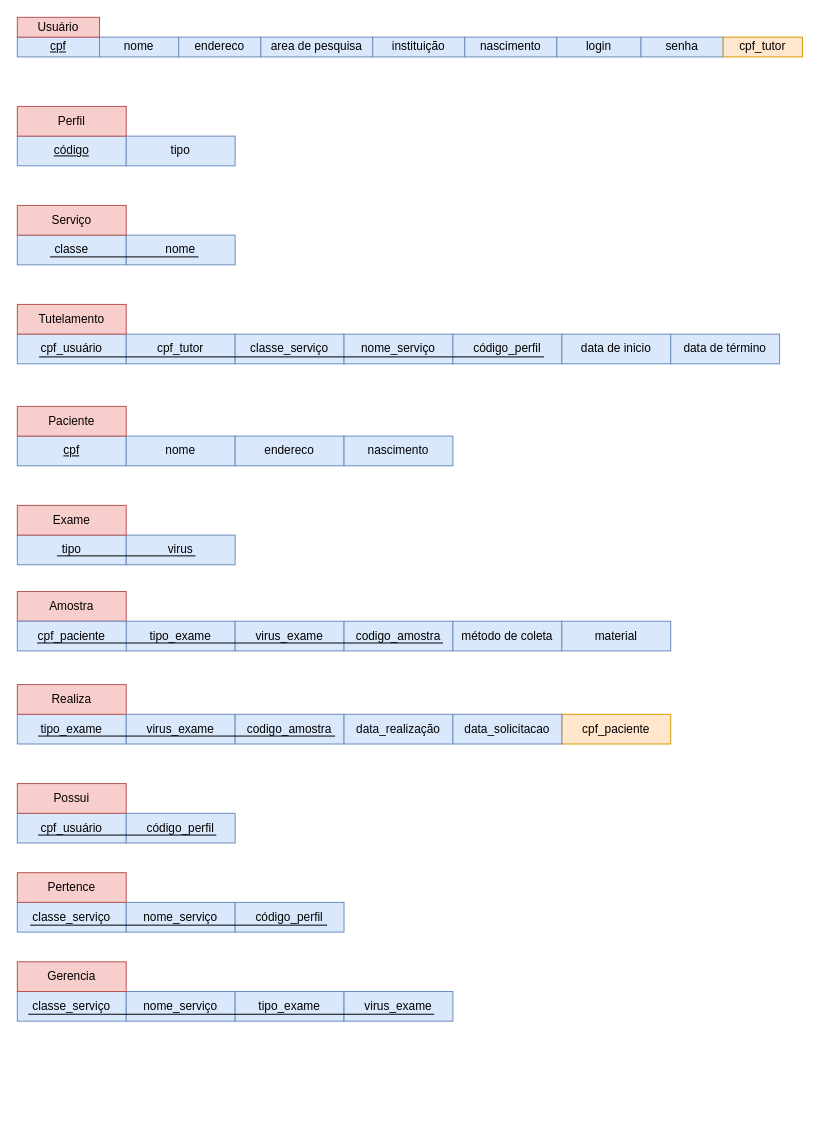
rodorgas/labjef keeps this draw.io diagram as page "Lógico" (2 of 2) of model/modelo.drawio. Above is the earlier version. Source tidied: cells renumbered, new cells numbered last; positions are measured from the earlier drawing's top-left corner, leaving out a move shared by most shapes. Both pictures are drawn from the tidied source at 99%, with x=0, y=0 at pixel (17, 17).
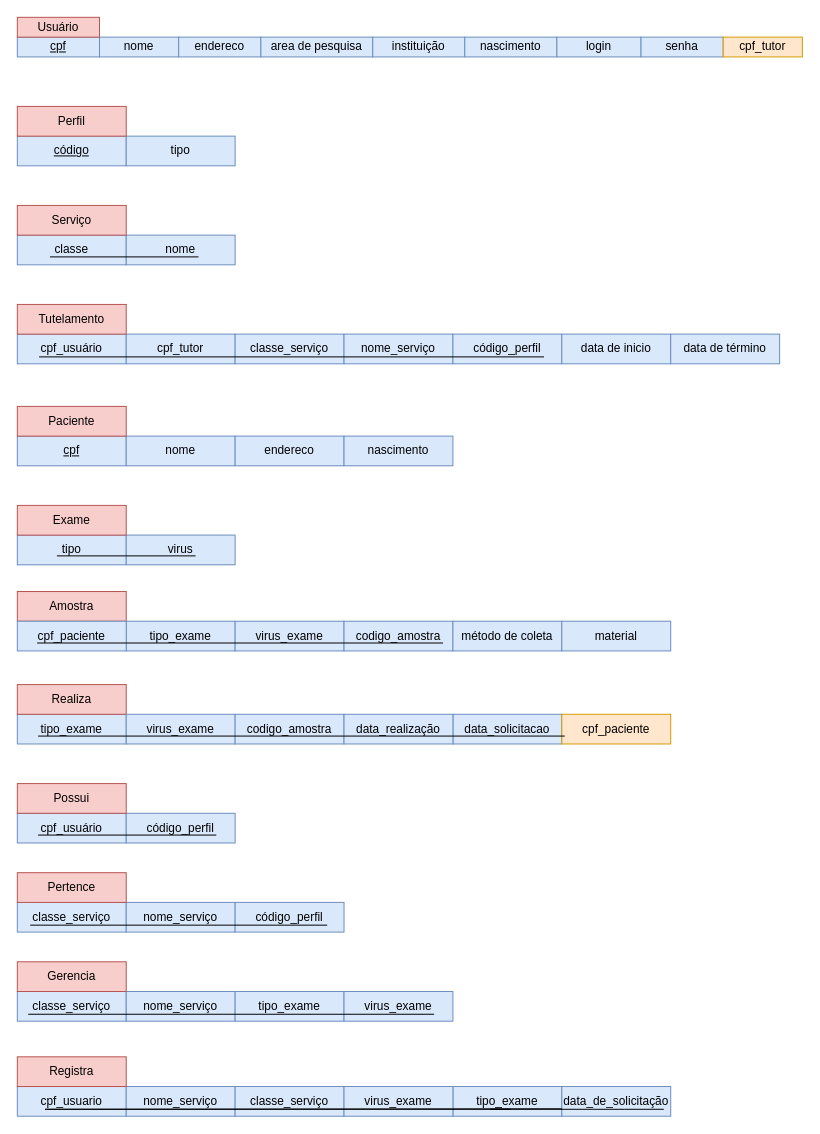
After the change.

Commit message (it also covers changes not shown here):
Atualiza modelo lógico com a tabela registra e corrige para colocar data de solicitação como parte do identificador da tabela realiza

Diff of the diagram source:
```diff
@@
+    <mxCell id="67" value="data_solicitacao" style="rounded=0;whiteSpace=wrap;html=1;fillColor=#dae8fc;strokeColor=#6c8ebf;" parent="1" vertex="1">
+      <mxGeometry x="440" y="704" width="110" height="30" as="geometry" />
+    </mxCell>
+    <mxCell id="68" value="tipo_exame" style="rounded=0;whiteSpace=wrap;html=1;fillColor=#dae8fc;strokeColor=#6c8ebf;" parent="1" vertex="1">
+      <mxGeometry x="440" y="1080" width="110" height="30" as="geometry" />
+    </mxCell>
@@
     <mxCell id="61" style="endArrow=none;html=1;" parent="1" edge="1">
       <mxGeometry relative="1" as="geometry">
-        <mxPoint x="321" y="726" as="sourcePoint" />
+        <mxPoint x="553" y="726" as="sourcePoint" />
         <mxPoint x="21" y="726" as="targetPoint" />
+        <Array as="points">
+          <mxPoint x="553" y="726" />
+        </Array>
       </mxGeometry>
     </mxCell>
@@
-    <mxCell id="67" value="data_solicitacao" style="rounded=0;whiteSpace=wrap;html=1;fillColor=#dae8fc;strokeColor=#6c8ebf;" parent="1" vertex="1">
-      <mxGeometry x="440" y="704" width="110" height="30" as="geometry" />
-    </mxCell>
+    <mxCell id="69" value="cpf_usuario" style="rounded=0;whiteSpace=wrap;html=1;fillColor=#dae8fc;strokeColor=#6c8ebf;" parent="1" vertex="1">
+      <mxGeometry y="1080" width="110" height="30" as="geometry" />
+    </mxCell>
+    <mxCell id="70" value="nome_serviço" style="rounded=0;whiteSpace=wrap;html=1;fillColor=#dae8fc;strokeColor=#6c8ebf;" parent="1" vertex="1">
+      <mxGeometry x="110" y="1080" width="110" height="30" as="geometry" />
+    </mxCell>
+    <mxCell id="71" value="Registra" style="rounded=0;whiteSpace=wrap;html=1;fillColor=#f8cecc;strokeColor=#b85450;" parent="1" vertex="1">
+      <mxGeometry y="1050" width="110" height="30" as="geometry" />
+    </mxCell>
+    <mxCell id="72" value="classe_serviço" style="rounded=0;whiteSpace=wrap;html=1;fillColor=#dae8fc;strokeColor=#6c8ebf;" parent="1" vertex="1">
+      <mxGeometry x="220" y="1080" width="110" height="30" as="geometry" />
+    </mxCell>
+    <mxCell id="73" value="virus_exame" style="rounded=0;whiteSpace=wrap;html=1;fillColor=#dae8fc;strokeColor=#6c8ebf;" parent="1" vertex="1">
+      <mxGeometry x="330" y="1080" width="110" height="30" as="geometry" />
+    </mxCell>
+    <mxCell id="74" value="data_de_solicitação" style="rounded=0;whiteSpace=wrap;html=1;fillColor=#dae8fc;strokeColor=#6c8ebf;" parent="1" vertex="1">
+      <mxGeometry x="550" y="1080" width="110" height="30" as="geometry" />
+    </mxCell>
+    <mxCell id="75" style="endArrow=none;html=1;entryX=0;entryY=0.75;entryDx=0;entryDy=0;" parent="1" edge="1" target="74">
+      <mxGeometry relative="1" as="geometry">
+        <mxPoint x="653" y="1103" as="sourcePoint" />
+        <Array as="points">
+          <mxPoint x="623" y="1103" />
+          <mxPoint x="473" y="1103" />
+          <mxPoint x="503" y="1103" />
+          <mxPoint x="23" y="1103" />
+        </Array>
+      </mxGeometry>
+    </mxCell>
```
